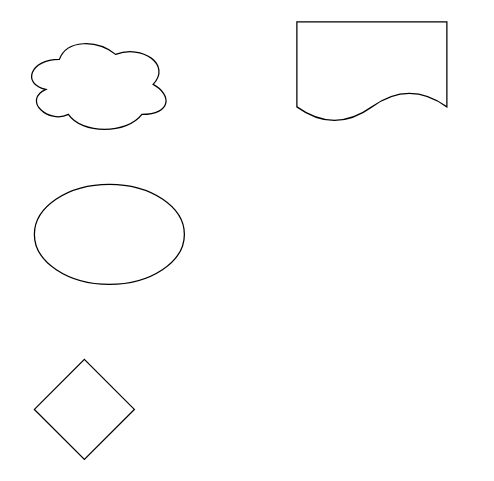
The draw.io diagram page "ページ2" (2 of 2) of drawio/integ_drawio_test.drawio in hiroya-sano/test-repo, before the edit. Source tidied: cells renumbered, new cells numbered last; positions are measured from the earlier drawing's top-left corner, leaving out a move shared by most shapes. Both pictures are drawn from the tidied source at 125%, with x=0, y=0 at pixel (21, 21).
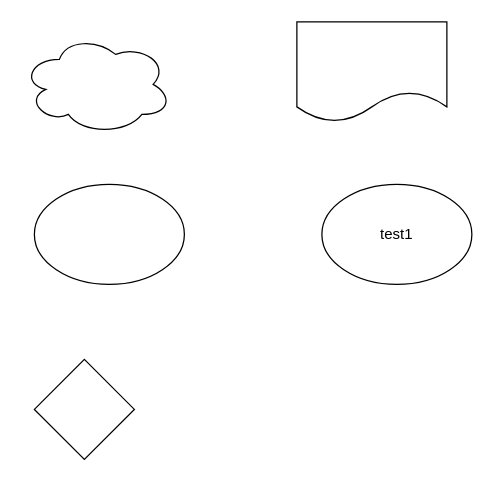
The same diagram, later.

Commit message:
ページ2の修正

Diff of the diagram source:
```diff
@@
 <mxGraphModel>
   <root>
     <mxCell id="0" />
     <mxCell id="1" parent="0" />
     <mxCell id="2" style="ellipse;shape=cloud;whiteSpace=wrap;html=1;" parent="1" vertex="1">
       <mxGeometry y="10" width="120" height="80" as="geometry" />
     </mxCell>
     <mxCell id="3" style="shape=document;whiteSpace=wrap;html=1;boundedLbl=1;" parent="1" vertex="1">
       <mxGeometry x="220" width="120" height="80" as="geometry" />
     </mxCell>
     <mxCell id="4" style="ellipse;whiteSpace=wrap;html=1;" parent="1" vertex="1">
       <mxGeometry x="10" y="130" width="120" height="80" as="geometry" />
     </mxCell>
     <mxCell id="5" style="rhombus;whiteSpace=wrap;html=1;" parent="1" vertex="1">
       <mxGeometry x="10" y="270" width="80" height="80" as="geometry" />
     </mxCell>
+    <mxCell id="6" value="test1" style="ellipse;whiteSpace=wrap;html=1;" parent="1" vertex="1">
+      <mxGeometry x="240" y="130" width="120" height="80" as="geometry" />
+    </mxCell>
   </root>
 </mxGraphModel>
```
